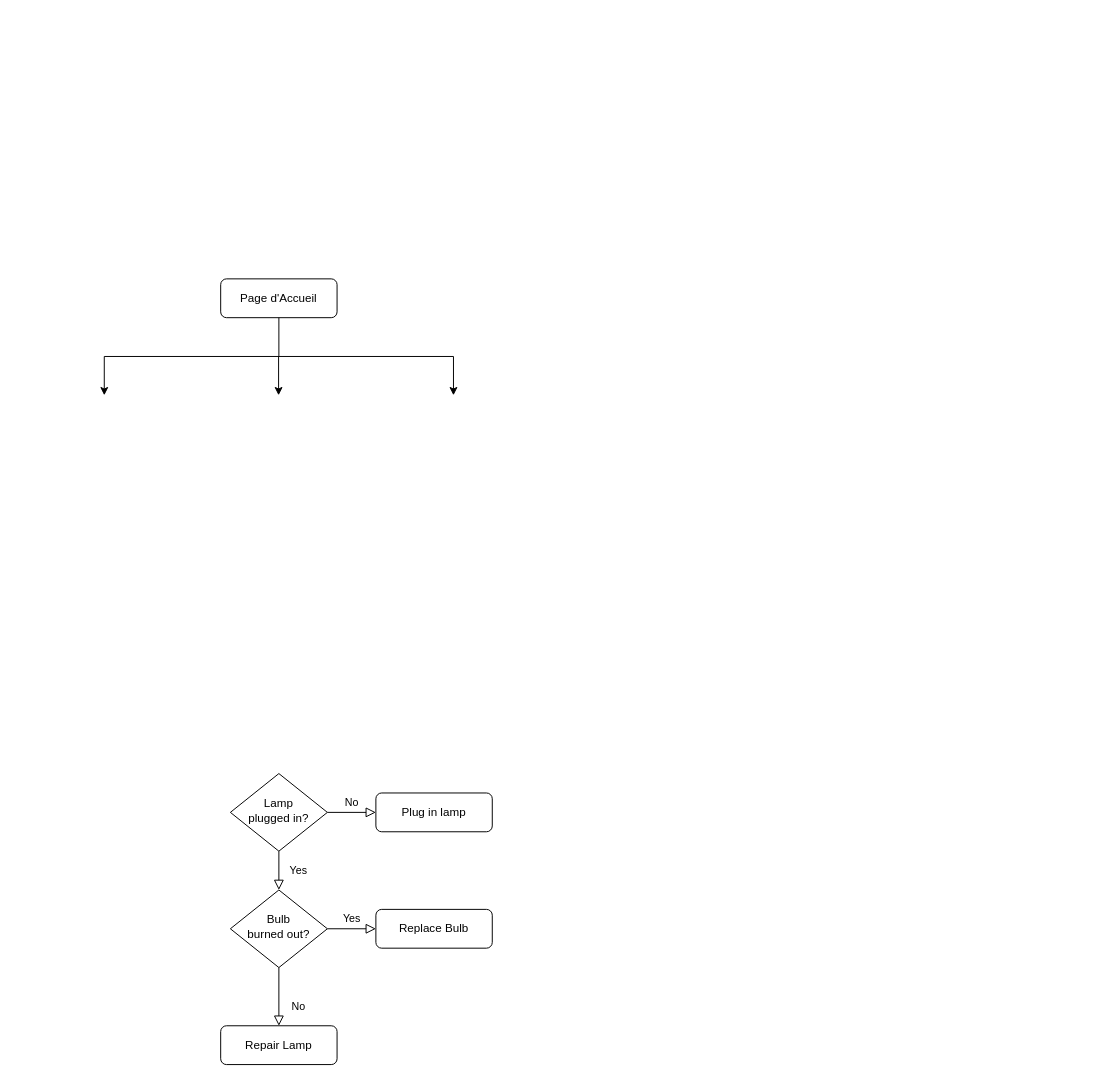
Earlier version of the draw.io diagram Diagramme sans nom.drawio (Yemenosaurus/onmangequoi_frontend). Source tidied: cells renumbered, new cells numbered last; positions are measured from the earlier drawing's top-left corner, leaving out a move shared by most shapes. Both pictures are drawn from the tidied source at 97%, with x=0, y=0 at pixel (104, 278).
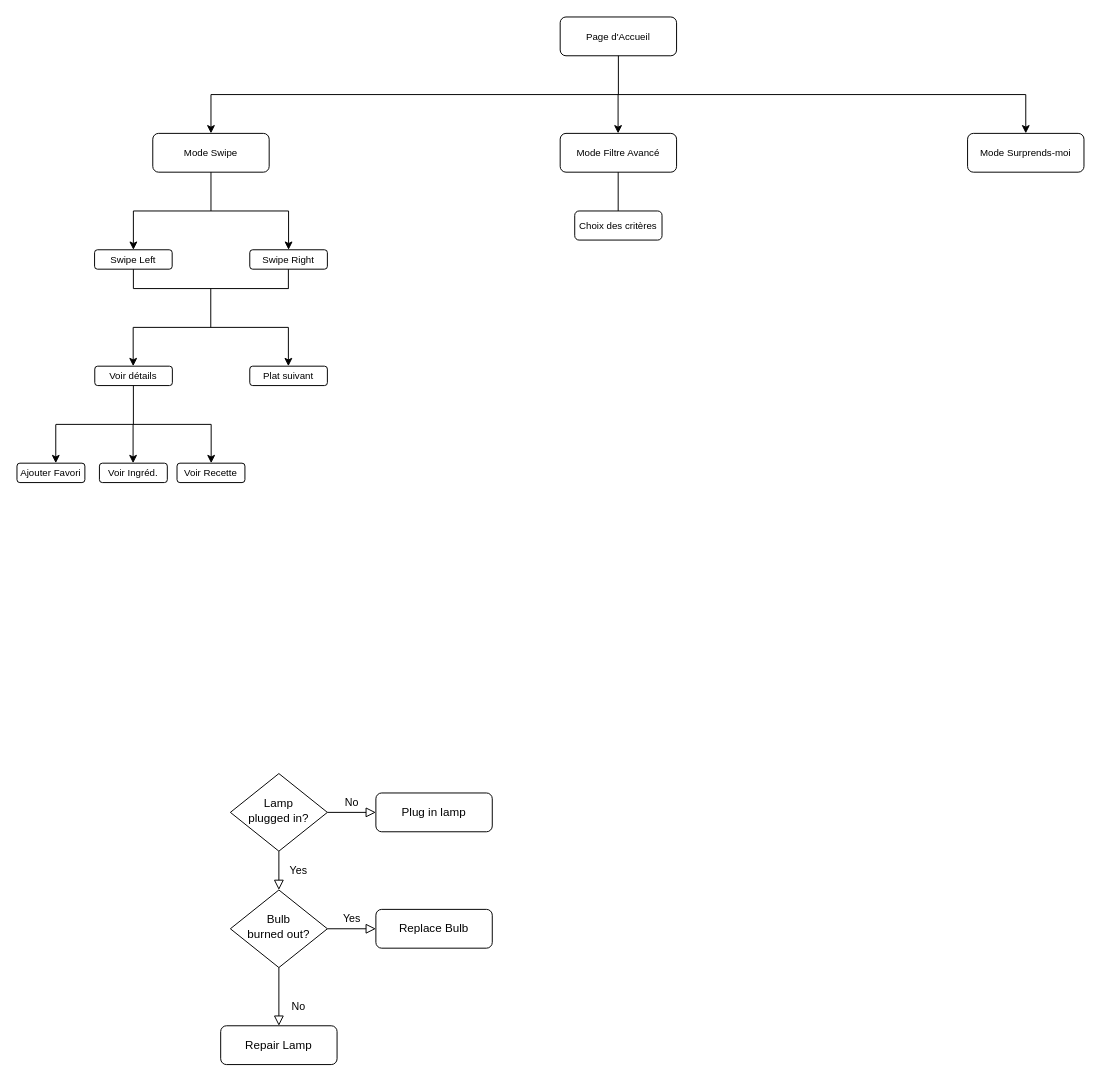
The same page after the edit.

Commit message (it also covers changes not shown here):
Mettre à jour Diagramme sans nom.drawio

The edit, as a diff of the source:
```diff
@@
-    <mxCell id="2" value="Page d'Accueil" style="rounded=1;whiteSpace=wrap;html=1;fontSize=12;glass=0;strokeWidth=1;shadow=0;" parent="1" vertex="1">
-      <mxGeometry x="120" width="120" height="40" as="geometry" />
+    <mxCell id="2" value="&lt;font style=&quot;font-size: 10px;&quot;&gt;Page d'Accueil&lt;/font&gt;" style="rounded=1;whiteSpace=wrap;html=1;fontSize=12;glass=0;strokeWidth=1;shadow=0;" parent="1" vertex="1">
+      <mxGeometry x="470" y="-270" width="120" height="40" as="geometry" />
     </mxCell>
@@
     <mxCell id="12" style="endArrow=none;html=1;rounded=0;entryX=0.5;entryY=1;entryDx=0;entryDy=0;" parent="1" edge="1" target="2">
       <mxGeometry relative="1" as="geometry">
-        <mxPoint x="180" y="80" as="sourcePoint" />
+        <mxPoint x="530" y="-190" as="sourcePoint" />
       </mxGeometry>
     </mxCell>
     <mxCell id="13" style="endArrow=none;html=1;rounded=0;" parent="1" edge="1">
       <mxGeometry relative="1" as="geometry">
-        <mxPoint y="80" as="sourcePoint" />
-        <mxPoint x="360" y="80" as="targetPoint" />
+        <mxPoint x="110" y="-190" as="sourcePoint" />
+        <mxPoint x="950" y="-190" as="targetPoint" />
       </mxGeometry>
     </mxCell>
     <mxCell id="14" style="endArrow=classic;html=1;rounded=0;" parent="1" edge="1">
       <mxGeometry relative="1" as="geometry">
-        <mxPoint y="80" as="sourcePoint" />
-        <mxPoint y="120" as="targetPoint" />
+        <mxPoint x="110" y="-190" as="sourcePoint" />
+        <mxPoint x="110" y="-150" as="targetPoint" />
       </mxGeometry>
     </mxCell>
     <mxCell id="15" style="endArrow=classic;html=1;rounded=0;" parent="1" edge="1">
       <mxGeometry relative="1" as="geometry">
-        <mxPoint x="179.7" y="80" as="sourcePoint" />
-        <mxPoint x="179.7" y="120" as="targetPoint" />
+        <mxPoint x="529.7" y="-190" as="sourcePoint" />
+        <mxPoint x="529.7" y="-150" as="targetPoint" />
       </mxGeometry>
     </mxCell>
     <mxCell id="16" style="endArrow=classic;html=1;rounded=0;" parent="1" edge="1">
       <mxGeometry relative="1" as="geometry">
-        <mxPoint x="360" y="80" as="sourcePoint" />
-        <mxPoint x="360" y="120" as="targetPoint" />
+        <mxPoint x="950" y="-190" as="sourcePoint" />
+        <mxPoint x="950" y="-150" as="targetPoint" />
       </mxGeometry>
     </mxCell>
+    <mxCell id="17" value="&lt;font style=&quot;font-size: 10px;&quot;&gt;Mode Swipe&lt;/font&gt;" style="rounded=1;whiteSpace=wrap;html=1;" parent="1" vertex="1">
+      <mxGeometry x="50" y="-150" width="120" height="40" as="geometry" />
+    </mxCell>
+    <mxCell id="18" value="&lt;font style=&quot;font-size: 10px;&quot;&gt;Mode Filtre Avancé&lt;/font&gt;" style="rounded=1;whiteSpace=wrap;html=1;" parent="1" vertex="1">
+      <mxGeometry x="470" y="-150" width="120" height="40" as="geometry" />
+    </mxCell>
+    <mxCell id="19" value="&lt;font style=&quot;font-size: 10px;&quot;&gt;Mode Surprends-moi&lt;/font&gt;" style="rounded=1;whiteSpace=wrap;html=1;" parent="1" vertex="1">
+      <mxGeometry x="890" y="-150" width="120" height="40" as="geometry" />
+    </mxCell>
+    <mxCell id="20" style="endArrow=none;html=1;rounded=0;entryX=0.5;entryY=1;entryDx=0;entryDy=0;" parent="1" edge="1" target="17">
+      <mxGeometry relative="1" as="geometry">
+        <mxPoint x="110" y="-70" as="sourcePoint" />
+      </mxGeometry>
+    </mxCell>
+    <mxCell id="21" style="endArrow=none;html=1;rounded=0;" parent="1" edge="1">
+      <mxGeometry relative="1" as="geometry">
+        <mxPoint x="190" y="-70" as="sourcePoint" />
+        <mxPoint x="30" y="-70" as="targetPoint" />
+      </mxGeometry>
+    </mxCell>
+    <mxCell id="22" style="endArrow=classic;html=1;rounded=0;" parent="1" edge="1">
+      <mxGeometry relative="1" as="geometry">
+        <mxPoint x="30" y="-70" as="sourcePoint" />
+        <mxPoint x="30" y="-30" as="targetPoint" />
+      </mxGeometry>
+    </mxCell>
+    <mxCell id="23" style="endArrow=classic;html=1;rounded=0;" parent="1" edge="1">
+      <mxGeometry relative="1" as="geometry">
+        <mxPoint x="190" y="-70" as="sourcePoint" />
+        <mxPoint x="190" y="-30" as="targetPoint" />
+      </mxGeometry>
+    </mxCell>
+    <mxCell id="24" value="&lt;font style=&quot;font-size: 10px;&quot;&gt;Swipe Left&lt;/font&gt;" style="rounded=1;whiteSpace=wrap;html=1;" parent="1" vertex="1">
+      <mxGeometry x="-10" y="-30" width="80" height="20" as="geometry" />
+    </mxCell>
+    <mxCell id="25" value="&lt;font style=&quot;font-size: 10px;&quot;&gt;Swipe Right&lt;/font&gt;" style="rounded=1;whiteSpace=wrap;html=1;" parent="1" vertex="1">
+      <mxGeometry x="150" y="-30" width="80" height="20" as="geometry" />
+    </mxCell>
+    <mxCell id="26" style="endArrow=none;html=1;rounded=0;" parent="1" edge="1">
+      <mxGeometry relative="1" as="geometry">
+        <mxPoint x="30" y="10" as="sourcePoint" />
+        <mxPoint x="30" y="-10" as="targetPoint" />
+      </mxGeometry>
+    </mxCell>
+    <mxCell id="27" style="endArrow=none;html=1;rounded=0;" parent="1" edge="1">
+      <mxGeometry relative="1" as="geometry">
+        <mxPoint x="189.8" y="10" as="sourcePoint" />
+        <mxPoint x="189.8" y="-10" as="targetPoint" />
+      </mxGeometry>
+    </mxCell>
+    <mxCell id="28" style="endArrow=none;html=1;rounded=0;" parent="1" edge="1">
+      <mxGeometry relative="1" as="geometry">
+        <mxPoint x="190" y="10" as="sourcePoint" />
+        <mxPoint x="30" y="10" as="targetPoint" />
+      </mxGeometry>
+    </mxCell>
+    <mxCell id="29" style="endArrow=none;html=1;rounded=0;entryX=0.5;entryY=1;entryDx=0;entryDy=0;" parent="1" edge="1">
+      <mxGeometry relative="1" as="geometry">
+        <mxPoint x="109.8" y="50" as="sourcePoint" />
+        <mxPoint x="109.8" y="10" as="targetPoint" />
+      </mxGeometry>
+    </mxCell>
+    <mxCell id="30" style="endArrow=none;html=1;rounded=0;" parent="1" edge="1">
+      <mxGeometry relative="1" as="geometry">
+        <mxPoint x="189.8" y="50" as="sourcePoint" />
+        <mxPoint x="29.8" y="50" as="targetPoint" />
+      </mxGeometry>
+    </mxCell>
+    <mxCell id="31" style="endArrow=classic;html=1;rounded=0;" parent="1" edge="1">
+      <mxGeometry relative="1" as="geometry">
+        <mxPoint x="29.8" y="50" as="sourcePoint" />
+        <mxPoint x="29.8" y="90" as="targetPoint" />
+      </mxGeometry>
+    </mxCell>
+    <mxCell id="32" style="endArrow=classic;html=1;rounded=0;" parent="1" edge="1">
+      <mxGeometry relative="1" as="geometry">
+        <mxPoint x="189.8" y="50" as="sourcePoint" />
+        <mxPoint x="189.8" y="90" as="targetPoint" />
+      </mxGeometry>
+    </mxCell>
+    <mxCell id="33" value="&lt;font style=&quot;font-size: 10px;&quot;&gt;Plat suivant&lt;/font&gt;" style="rounded=1;whiteSpace=wrap;html=1;" parent="1" vertex="1">
+      <mxGeometry x="150" y="90" width="80" height="20" as="geometry" />
+    </mxCell>
+    <mxCell id="34" value="&lt;font style=&quot;font-size: 10px;&quot;&gt;Voir détails&lt;/font&gt;" style="rounded=1;whiteSpace=wrap;html=1;" parent="1" vertex="1">
+      <mxGeometry x="-9.8" y="90" width="80" height="20" as="geometry" />
+    </mxCell>
+    <mxCell id="35" style="endArrow=none;html=1;rounded=0;entryX=0.5;entryY=1;entryDx=0;entryDy=0;" parent="1" edge="1">
+      <mxGeometry relative="1" as="geometry">
+        <mxPoint x="30" y="150" as="sourcePoint" />
+        <mxPoint x="30" y="110" as="targetPoint" />
+      </mxGeometry>
+    </mxCell>
+    <mxCell id="36" style="endArrow=none;html=1;rounded=0;" parent="1" edge="1">
+      <mxGeometry relative="1" as="geometry">
+        <mxPoint x="-49.8" y="150" as="sourcePoint" />
+        <mxPoint x="110.2" y="150" as="targetPoint" />
+      </mxGeometry>
+    </mxCell>
+    <mxCell id="37" style="endArrow=classic;html=1;rounded=0;" parent="1" edge="1">
+      <mxGeometry relative="1" as="geometry">
+        <mxPoint x="-50" y="150" as="sourcePoint" />
+        <mxPoint x="-50" y="190" as="targetPoint" />
+      </mxGeometry>
+    </mxCell>
+    <mxCell id="38" style="endArrow=classic;html=1;rounded=0;" parent="1" edge="1">
+      <mxGeometry relative="1" as="geometry">
+        <mxPoint x="29.7" y="150" as="sourcePoint" />
+        <mxPoint x="29.7" y="190" as="targetPoint" />
+      </mxGeometry>
+    </mxCell>
+    <mxCell id="39" style="endArrow=classic;html=1;rounded=0;" parent="1" edge="1">
+      <mxGeometry relative="1" as="geometry">
+        <mxPoint x="110.2" y="150" as="sourcePoint" />
+        <mxPoint x="110.2" y="190" as="targetPoint" />
+      </mxGeometry>
+    </mxCell>
+    <mxCell id="40" value="&lt;font style=&quot;font-size: 10px;&quot;&gt;Voir Recette&lt;/font&gt;" style="rounded=1;whiteSpace=wrap;html=1;" parent="1" vertex="1">
+      <mxGeometry x="75" y="190" width="70" height="20" as="geometry" />
+    </mxCell>
+    <mxCell id="41" value="&lt;font style=&quot;font-size: 10px;&quot;&gt;Voir Ingréd.&lt;/font&gt;" style="rounded=1;whiteSpace=wrap;html=1;" parent="1" vertex="1">
+      <mxGeometry x="-5" y="190" width="70" height="20" as="geometry" />
+    </mxCell>
+    <mxCell id="42" value="&lt;span style=&quot;font-size: 10px;&quot;&gt;Ajouter Favori&lt;/span&gt;" style="rounded=1;whiteSpace=wrap;html=1;" parent="1" vertex="1">
+      <mxGeometry x="-90" y="190" width="70" height="20" as="geometry" />
+    </mxCell>
+    <mxCell id="43" style="endArrow=none;html=1;rounded=0;entryX=0.5;entryY=1;entryDx=0;entryDy=0;" parent="1" edge="1">
+      <mxGeometry relative="1" as="geometry">
+        <mxPoint x="529.8" y="-70" as="sourcePoint" />
+        <mxPoint x="529.8" y="-110" as="targetPoint" />
+      </mxGeometry>
+    </mxCell>
+    <mxCell id="44" value="&lt;font style=&quot;font-size: 10px;&quot;&gt;Choix des critères&lt;/font&gt;" style="rounded=1;whiteSpace=wrap;html=1;" parent="1" vertex="1">
+      <mxGeometry x="485" y="-70" width="90" height="30" as="geometry" />
+    </mxCell>
```
